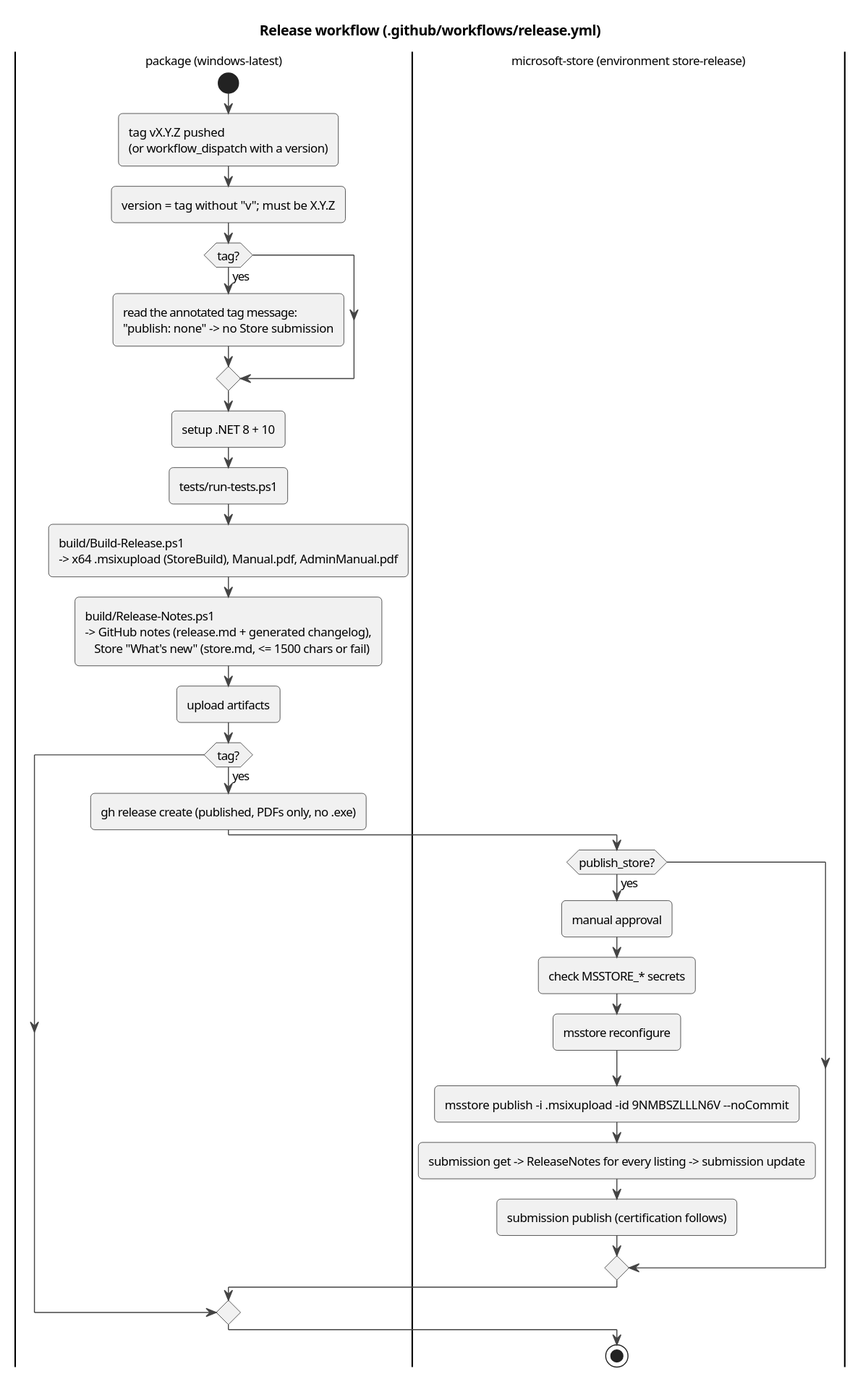
This is docs/architecture/diagrams/act-release.svg from halatsWol/TextTemplateManager-v2, a PlantUML export, as it was before one commit.
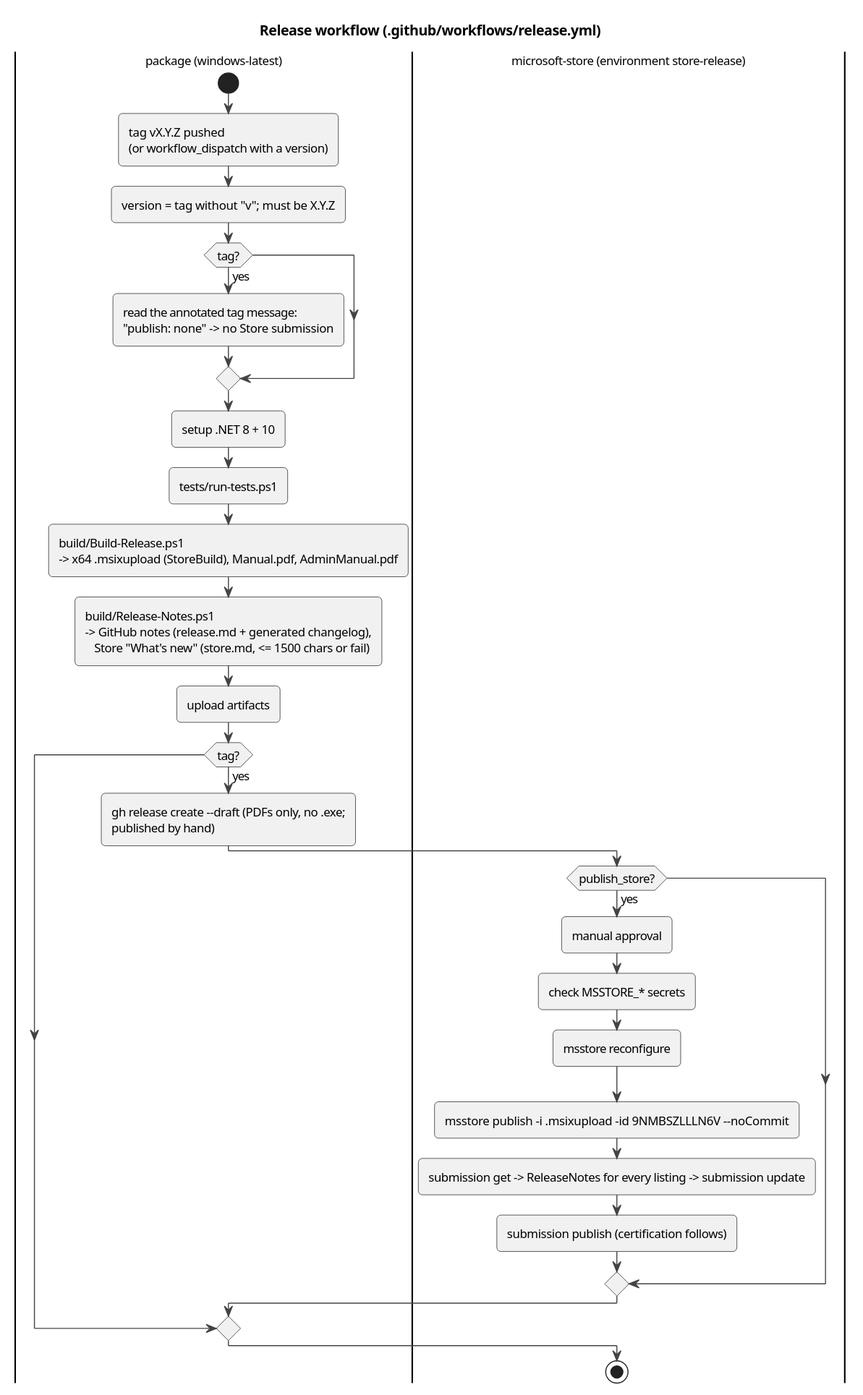
After the change.

Commit message:
release workflow: GitHub release as a draft, published by hand

The edit, as a diff of the source:
```diff
@@ -15,7 +15,7 @@
 :build/Release-Notes.ps1\n-> GitHub notes (release.md + generated changelog),\n   Store "What's new" (store.md, <= 1500 chars or fail);
 :upload artifacts;
 if (tag?) then (yes)
-  :gh release create (published, PDFs only, no .exe);
+  :gh release create --draft (PDFs only, no .exe;\npublished by hand);
   |microsoft-store (environment store-release)|
   if (publish_store?) then (yes)
     :manual approval;
```
